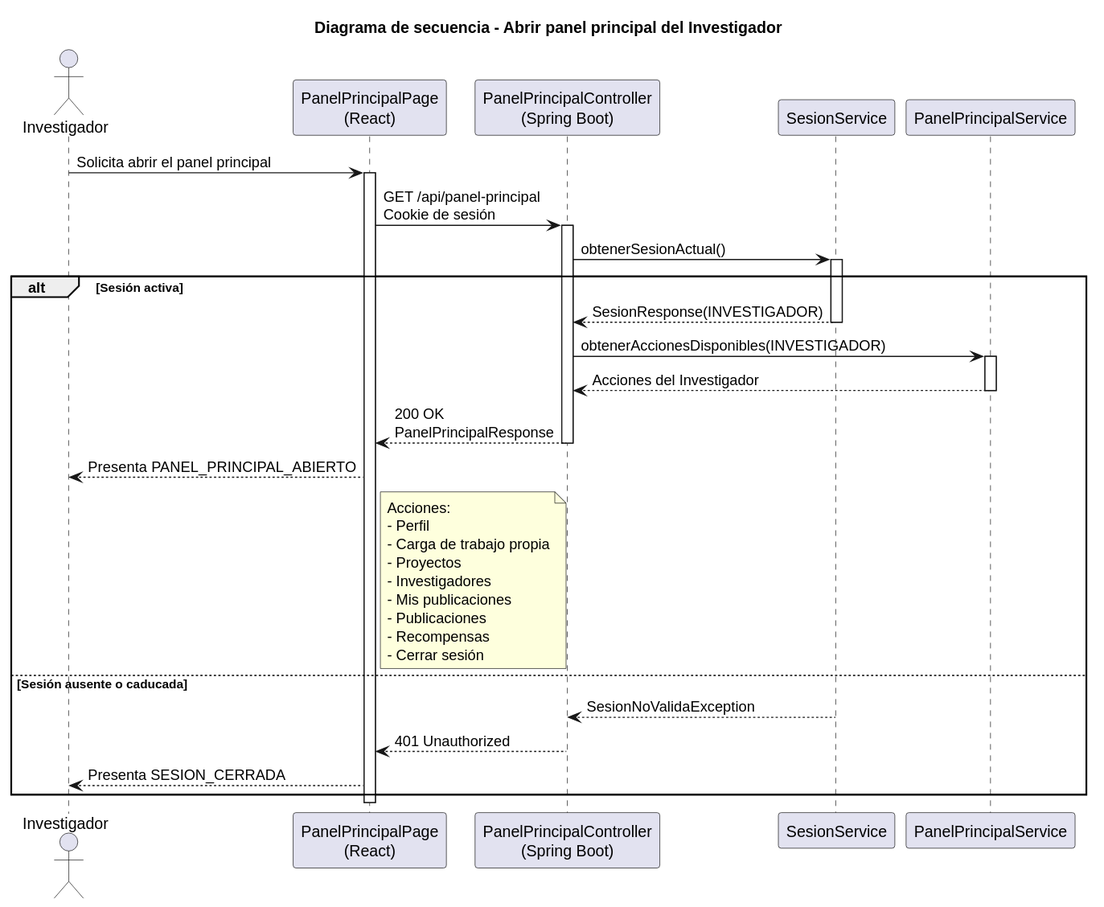
Earlier version of the PlantUML export images/RUP/02-diseño/casos-uso/investigador/abrirPanelPrincipal/secuencia.svg (beatriizorozco/25-26-idsw2-sdVC).
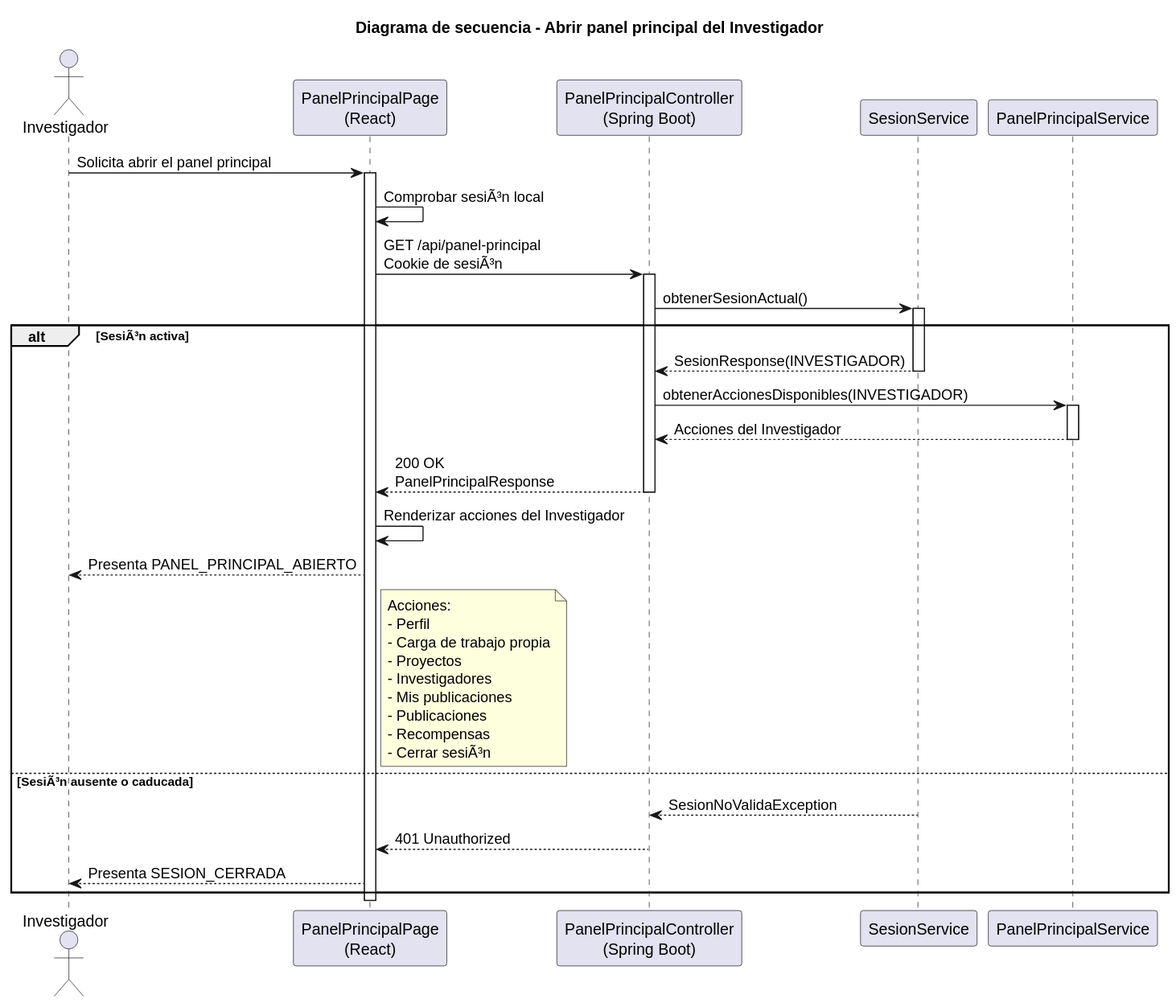
Above is the later version.

Change to the diagram source:
```diff
@@ -9,11 +9,12 @@
 
 Investigador -> Frontend: Solicita abrir el panel principal
 activate Frontend
-Frontend -> Api: GET /api/panel-principal\nCookie de sesión
+Frontend -> Frontend: Comprobar sesiÃ³n local
+Frontend -> Api: GET /api/panel-principal\nCookie de sesiÃ³n
 activate Api
 Api -> Sesion: obtenerSesionActual()
 activate Sesion
-alt Sesión activa
+alt SesiÃ³n activa
     Sesion --> Api: SesionResponse(INVESTIGADOR)
     deactivate Sesion
     Api -> Panel: obtenerAccionesDisponibles(INVESTIGADOR)
@@ -22,6 +23,7 @@
     deactivate Panel
     Api --> Frontend: 200 OK\nPanelPrincipalResponse
     deactivate Api
+    Frontend -> Frontend: Renderizar acciones del Investigador
     Frontend --> Investigador: Presenta PANEL_PRINCIPAL_ABIERTO
 
     note right of Frontend
@@ -33,9 +35,9 @@
     - Mis publicaciones
     - Publicaciones
     - Recompensas
-    - Cerrar sesión
+    - Cerrar sesiÃ³n
     end note
-else Sesión ausente o caducada
+else SesiÃ³n ausente o caducada
     Sesion --> Api: SesionNoValidaException
     deactivate Sesion
     Api --> Frontend: 401 Unauthorized
```
